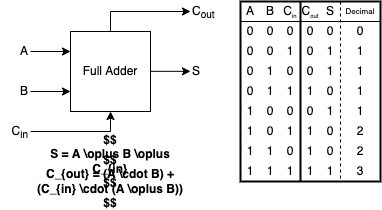
Before: assets/images/2021-12-21-verilogHDL_chapter3_combinational_logic/시스템_반도체_설계_3장-figure_16.drawio.png, a diagram exported from draw.io (ParkDongho/ParkDongho.github.io). Source tidied: cells renumbered, new cells last; positions are measured from the earlier drawing's top-left corner, leaving out a move shared by most shapes. Source of this version:
```xml
<mxGraphModel math="1">
  <root>
    <mxCell id="0" />
    <mxCell id="1" parent="0" />
    <mxCell id="2" style="edgeStyle=orthogonalEdgeStyle;rounded=0;jettySize=auto;html=1;exitX=0.5;exitY=0;exitDx=0;exitDy=0;fontSize=12;" parent="1" edge="1" source="3">
      <mxGeometry relative="1" as="geometry">
        <mxPoint x="190" y="10" as="targetPoint" />
        <Array as="points">
          <mxPoint x="110" y="10" />
        </Array>
      </mxGeometry>
    </mxCell>
    <mxCell id="3" value="Full Adder" style="rounded=0;whiteSpace=wrap;html=1;fontSize=12;fillColor=none;" parent="1" vertex="1">
      <mxGeometry x="70" y="30" width="80" height="80" as="geometry" />
    </mxCell>
    <mxCell id="4" style="endArrow=classic;html=1;rounded=0;fontSize=12;" parent="1" edge="1">
      <mxGeometry relative="1" as="geometry">
        <mxPoint x="30" y="50" as="sourcePoint" />
        <mxPoint x="70" y="50" as="targetPoint" />
      </mxGeometry>
    </mxCell>
    <mxCell id="5" style="endArrow=classic;html=1;rounded=0;fontSize=12;" parent="1" edge="1">
      <mxGeometry relative="1" as="geometry">
        <mxPoint x="30" y="90" as="sourcePoint" />
        <mxPoint x="70" y="90" as="targetPoint" />
      </mxGeometry>
    </mxCell>
    <mxCell id="6" style="endArrow=classic;html=1;rounded=0;fontSize=12;entryX=0.5;entryY=1;entryDx=0;entryDy=0;" parent="1" edge="1" target="3">
      <mxGeometry relative="1" as="geometry">
        <mxPoint x="30" y="130" as="sourcePoint" />
        <Array as="points">
          <mxPoint x="110" y="130" />
        </Array>
      </mxGeometry>
    </mxCell>
    <mxCell id="7" style="endArrow=classic;html=1;rounded=0;fontSize=12;" parent="1" edge="1">
      <mxGeometry relative="1" as="geometry">
        <mxPoint x="150" y="69.8" as="sourcePoint" />
        <mxPoint x="190" y="69.8" as="targetPoint" />
      </mxGeometry>
    </mxCell>
    <mxCell id="8" value="A" style="text;html=1;strokeColor=none;fillColor=none;align=right;verticalAlign=middle;whiteSpace=wrap;rounded=0;fontSize=12;" parent="1" vertex="1">
      <mxGeometry y="40" width="30" height="20" as="geometry" />
    </mxCell>
    <mxCell id="9" value="B" style="text;html=1;strokeColor=none;fillColor=none;align=right;verticalAlign=middle;whiteSpace=wrap;rounded=0;fontSize=12;" parent="1" vertex="1">
      <mxGeometry y="80" width="30" height="20" as="geometry" />
    </mxCell>
    <mxCell id="10" value="S" style="text;html=1;strokeColor=none;fillColor=none;align=left;verticalAlign=middle;whiteSpace=wrap;rounded=0;fontSize=12;" parent="1" vertex="1">
      <mxGeometry x="190" y="60" width="40" height="20" as="geometry" />
    </mxCell>
    <mxCell id="11" value="C&lt;sub&gt;in&lt;/sub&gt;" style="text;html=1;strokeColor=none;fillColor=none;align=right;verticalAlign=middle;whiteSpace=wrap;rounded=0;fontSize=12;" parent="1" vertex="1">
      <mxGeometry y="120" width="30" height="20" as="geometry" />
    </mxCell>
    <mxCell id="12" value="C&lt;sub&gt;out&lt;/sub&gt;" style="text;html=1;strokeColor=none;fillColor=none;align=left;verticalAlign=middle;whiteSpace=wrap;rounded=0;fontSize=12;" parent="1" vertex="1">
      <mxGeometry x="190" width="40" height="20" as="geometry" />
    </mxCell>
    <mxCell id="13" value="C&lt;sub&gt;&lt;font style=&quot;font-size: 6px&quot;&gt;in&lt;/font&gt;&lt;/sub&gt;" style="text;html=1;strokeColor=none;fillColor=none;align=center;verticalAlign=middle;whiteSpace=wrap;rounded=0;fontSize=12;" parent="1" vertex="1">
      <mxGeometry x="280" width="20" height="20" as="geometry" />
    </mxCell>
    <mxCell id="14" value="A" style="text;html=1;strokeColor=none;fillColor=none;align=center;verticalAlign=middle;whiteSpace=wrap;rounded=0;fontSize=12;" parent="1" vertex="1">
      <mxGeometry x="240" width="20" height="20" as="geometry" />
    </mxCell>
    <mxCell id="15" value="B" style="text;html=1;strokeColor=none;fillColor=none;align=center;verticalAlign=middle;whiteSpace=wrap;rounded=0;fontSize=12;" parent="1" vertex="1">
      <mxGeometry x="260" width="20" height="20" as="geometry" />
    </mxCell>
    <mxCell id="16" style="endArrow=none;html=1;rounded=0;fontSize=12;exitX=0;exitY=1;exitDx=0;exitDy=0;" parent="1" edge="1" source="14">
      <mxGeometry relative="1" as="geometry">
        <mxPoint x="380" y="20" as="targetPoint" />
      </mxGeometry>
    </mxCell>
    <mxCell id="17" style="endArrow=none;html=1;rounded=0;fontSize=12;exitX=1;exitY=0;exitDx=0;exitDy=0;entryX=1;entryY=1;entryDx=0;entryDy=0;strokeWidth=2;" parent="1" edge="1" source="13" target="41">
      <mxGeometry relative="1" as="geometry" />
    </mxCell>
    <mxCell id="18" value="0" style="text;html=1;strokeColor=none;fillColor=none;align=center;verticalAlign=middle;whiteSpace=wrap;rounded=0;fontSize=12;" parent="1" vertex="1">
      <mxGeometry x="240" y="20" width="20" height="20" as="geometry" />
    </mxCell>
    <mxCell id="19" value="0" style="text;html=1;strokeColor=none;fillColor=none;align=center;verticalAlign=middle;whiteSpace=wrap;rounded=0;fontSize=12;" parent="1" vertex="1">
      <mxGeometry x="260" y="20" width="20" height="20" as="geometry" />
    </mxCell>
    <mxCell id="20" value="0" style="text;html=1;strokeColor=none;fillColor=none;align=center;verticalAlign=middle;whiteSpace=wrap;rounded=0;fontSize=12;" parent="1" vertex="1">
      <mxGeometry x="280" y="20" width="20" height="20" as="geometry" />
    </mxCell>
    <mxCell id="21" value="0" style="text;html=1;strokeColor=none;fillColor=none;align=center;verticalAlign=middle;whiteSpace=wrap;rounded=0;fontSize=12;" parent="1" vertex="1">
      <mxGeometry x="240" y="40" width="20" height="20" as="geometry" />
    </mxCell>
    <mxCell id="22" value="0" style="text;html=1;strokeColor=none;fillColor=none;align=center;verticalAlign=middle;whiteSpace=wrap;rounded=0;fontSize=12;" parent="1" vertex="1">
      <mxGeometry x="260" y="40" width="20" height="20" as="geometry" />
    </mxCell>
    <mxCell id="23" value="1" style="text;html=1;strokeColor=none;fillColor=none;align=center;verticalAlign=middle;whiteSpace=wrap;rounded=0;fontSize=12;" parent="1" vertex="1">
      <mxGeometry x="280" y="40" width="20" height="20" as="geometry" />
    </mxCell>
    <mxCell id="24" value="0" style="text;html=1;strokeColor=none;fillColor=none;align=center;verticalAlign=middle;whiteSpace=wrap;rounded=0;fontSize=12;" parent="1" vertex="1">
      <mxGeometry x="240" y="60" width="20" height="20" as="geometry" />
    </mxCell>
    <mxCell id="25" value="1" style="text;html=1;strokeColor=none;fillColor=none;align=center;verticalAlign=middle;whiteSpace=wrap;rounded=0;fontSize=12;" parent="1" vertex="1">
      <mxGeometry x="260" y="60" width="20" height="20" as="geometry" />
    </mxCell>
    <mxCell id="26" value="0" style="text;html=1;strokeColor=none;fillColor=none;align=center;verticalAlign=middle;whiteSpace=wrap;rounded=0;fontSize=12;" parent="1" vertex="1">
      <mxGeometry x="280" y="60" width="20" height="20" as="geometry" />
    </mxCell>
    <mxCell id="27" value="0" style="text;html=1;strokeColor=none;fillColor=none;align=center;verticalAlign=middle;whiteSpace=wrap;rounded=0;fontSize=12;" parent="1" vertex="1">
      <mxGeometry x="240" y="80" width="20" height="20" as="geometry" />
    </mxCell>
    <mxCell id="28" value="1" style="text;html=1;strokeColor=none;fillColor=none;align=center;verticalAlign=middle;whiteSpace=wrap;rounded=0;fontSize=12;" parent="1" vertex="1">
      <mxGeometry x="260" y="80" width="20" height="20" as="geometry" />
    </mxCell>
    <mxCell id="29" value="1" style="text;html=1;strokeColor=none;fillColor=none;align=center;verticalAlign=middle;whiteSpace=wrap;rounded=0;fontSize=12;" parent="1" vertex="1">
      <mxGeometry x="280" y="80" width="20" height="20" as="geometry" />
    </mxCell>
    <mxCell id="30" value="1" style="text;html=1;strokeColor=none;fillColor=none;align=center;verticalAlign=middle;whiteSpace=wrap;rounded=0;fontSize=12;" parent="1" vertex="1">
      <mxGeometry x="240" y="100" width="20" height="20" as="geometry" />
    </mxCell>
    <mxCell id="31" value="0" style="text;html=1;strokeColor=none;fillColor=none;align=center;verticalAlign=middle;whiteSpace=wrap;rounded=0;fontSize=12;" parent="1" vertex="1">
      <mxGeometry x="260" y="100" width="20" height="20" as="geometry" />
    </mxCell>
    <mxCell id="32" value="0" style="text;html=1;strokeColor=none;fillColor=none;align=center;verticalAlign=middle;whiteSpace=wrap;rounded=0;fontSize=12;" parent="1" vertex="1">
      <mxGeometry x="280" y="100" width="20" height="20" as="geometry" />
    </mxCell>
    <mxCell id="33" value="1" style="text;html=1;strokeColor=none;fillColor=none;align=center;verticalAlign=middle;whiteSpace=wrap;rounded=0;fontSize=12;" parent="1" vertex="1">
      <mxGeometry x="240" y="120" width="20" height="20" as="geometry" />
    </mxCell>
    <mxCell id="34" value="0" style="text;html=1;strokeColor=none;fillColor=none;align=center;verticalAlign=middle;whiteSpace=wrap;rounded=0;fontSize=12;" parent="1" vertex="1">
      <mxGeometry x="260" y="120" width="20" height="20" as="geometry" />
    </mxCell>
    <mxCell id="35" value="1" style="text;html=1;strokeColor=none;fillColor=none;align=center;verticalAlign=middle;whiteSpace=wrap;rounded=0;fontSize=12;" parent="1" vertex="1">
      <mxGeometry x="280" y="120" width="20" height="20" as="geometry" />
    </mxCell>
    <mxCell id="36" value="1" style="text;html=1;strokeColor=none;fillColor=none;align=center;verticalAlign=middle;whiteSpace=wrap;rounded=0;fontSize=12;" parent="1" vertex="1">
      <mxGeometry x="240" y="140" width="20" height="20" as="geometry" />
    </mxCell>
    <mxCell id="37" value="1" style="text;html=1;strokeColor=none;fillColor=none;align=center;verticalAlign=middle;whiteSpace=wrap;rounded=0;fontSize=12;" parent="1" vertex="1">
      <mxGeometry x="260" y="140" width="20" height="20" as="geometry" />
    </mxCell>
    <mxCell id="38" value="0" style="text;html=1;strokeColor=none;fillColor=none;align=center;verticalAlign=middle;whiteSpace=wrap;rounded=0;fontSize=12;" parent="1" vertex="1">
      <mxGeometry x="280" y="140" width="20" height="20" as="geometry" />
    </mxCell>
    <mxCell id="39" value="1" style="text;html=1;strokeColor=none;fillColor=none;align=center;verticalAlign=middle;whiteSpace=wrap;rounded=0;fontSize=12;" parent="1" vertex="1">
      <mxGeometry x="240" y="160" width="20" height="20" as="geometry" />
    </mxCell>
    <mxCell id="40" value="1" style="text;html=1;strokeColor=none;fillColor=none;align=center;verticalAlign=middle;whiteSpace=wrap;rounded=0;fontSize=12;" parent="1" vertex="1">
      <mxGeometry x="260" y="160" width="20" height="20" as="geometry" />
    </mxCell>
    <mxCell id="41" value="1" style="text;html=1;strokeColor=none;fillColor=none;align=center;verticalAlign=middle;whiteSpace=wrap;rounded=0;fontSize=12;" parent="1" vertex="1">
      <mxGeometry x="280" y="160" width="20" height="20" as="geometry" />
    </mxCell>
    <mxCell id="42" value="S" style="text;html=1;strokeColor=none;fillColor=none;align=center;verticalAlign=middle;whiteSpace=wrap;rounded=0;fontSize=12;" parent="1" vertex="1">
      <mxGeometry x="320" width="20" height="20" as="geometry" />
    </mxCell>
    <mxCell id="43" value="C&lt;sub&gt;&lt;font style=&quot;font-size: 6px&quot;&gt;out&lt;/font&gt;&lt;/sub&gt;" style="text;html=1;strokeColor=none;fillColor=none;align=center;verticalAlign=middle;whiteSpace=wrap;rounded=0;fontSize=12;" parent="1" vertex="1">
      <mxGeometry x="300" width="20" height="20" as="geometry" />
    </mxCell>
    <mxCell id="44" style="endArrow=none;html=1;rounded=0;fontSize=12;exitX=1;exitY=0;exitDx=0;exitDy=0;dashed=1;" parent="1" edge="1" source="42">
      <mxGeometry relative="1" as="geometry">
        <mxPoint x="340" y="180" as="targetPoint" />
      </mxGeometry>
    </mxCell>
    <mxCell id="45" value="0" style="text;html=1;strokeColor=none;fillColor=none;align=center;verticalAlign=middle;whiteSpace=wrap;rounded=0;fontSize=12;" parent="1" vertex="1">
      <mxGeometry x="300" y="20" width="20" height="20" as="geometry" />
    </mxCell>
    <mxCell id="46" value="1" style="text;html=1;strokeColor=none;fillColor=none;align=center;verticalAlign=middle;whiteSpace=wrap;rounded=0;fontSize=12;" parent="1" vertex="1">
      <mxGeometry x="320" y="40" width="20" height="20" as="geometry" />
    </mxCell>
    <mxCell id="47" value="0" style="text;html=1;strokeColor=none;fillColor=none;align=center;verticalAlign=middle;whiteSpace=wrap;rounded=0;fontSize=12;" parent="1" vertex="1">
      <mxGeometry x="320" y="20" width="20" height="20" as="geometry" />
    </mxCell>
    <mxCell id="48" value="0" style="text;html=1;strokeColor=none;fillColor=none;align=center;verticalAlign=middle;whiteSpace=wrap;rounded=0;fontSize=12;" parent="1" vertex="1">
      <mxGeometry x="300" y="40" width="20" height="20" as="geometry" />
    </mxCell>
    <mxCell id="49" value="0" style="text;html=1;strokeColor=none;fillColor=none;align=center;verticalAlign=middle;whiteSpace=wrap;rounded=0;fontSize=12;" parent="1" vertex="1">
      <mxGeometry x="300" y="60" width="20" height="20" as="geometry" />
    </mxCell>
    <mxCell id="50" value="1" style="text;html=1;strokeColor=none;fillColor=none;align=center;verticalAlign=middle;whiteSpace=wrap;rounded=0;fontSize=12;" parent="1" vertex="1">
      <mxGeometry x="320" y="60" width="20" height="20" as="geometry" />
    </mxCell>
    <mxCell id="51" value="1" style="text;html=1;strokeColor=none;fillColor=none;align=center;verticalAlign=middle;whiteSpace=wrap;rounded=0;fontSize=12;" parent="1" vertex="1">
      <mxGeometry x="300" y="80" width="20" height="20" as="geometry" />
    </mxCell>
    <mxCell id="52" value="0" style="text;html=1;strokeColor=none;fillColor=none;align=center;verticalAlign=middle;whiteSpace=wrap;rounded=0;fontSize=12;" parent="1" vertex="1">
      <mxGeometry x="320" y="80" width="20" height="20" as="geometry" />
    </mxCell>
    <mxCell id="53" value="1" style="text;html=1;strokeColor=none;fillColor=none;align=center;verticalAlign=middle;whiteSpace=wrap;rounded=0;fontSize=12;" parent="1" vertex="1">
      <mxGeometry x="320" y="100" width="20" height="20" as="geometry" />
    </mxCell>
    <mxCell id="54" value="0" style="text;html=1;strokeColor=none;fillColor=none;align=center;verticalAlign=middle;whiteSpace=wrap;rounded=0;fontSize=12;" parent="1" vertex="1">
      <mxGeometry x="300" y="100" width="20" height="20" as="geometry" />
    </mxCell>
    <mxCell id="55" value="1" style="text;html=1;strokeColor=none;fillColor=none;align=center;verticalAlign=middle;whiteSpace=wrap;rounded=0;fontSize=12;" parent="1" vertex="1">
      <mxGeometry x="300" y="120" width="20" height="20" as="geometry" />
    </mxCell>
    <mxCell id="56" value="0" style="text;html=1;strokeColor=none;fillColor=none;align=center;verticalAlign=middle;whiteSpace=wrap;rounded=0;fontSize=12;" parent="1" vertex="1">
      <mxGeometry x="320" y="120" width="20" height="20" as="geometry" />
    </mxCell>
    <mxCell id="57" value="1" style="text;html=1;strokeColor=none;fillColor=none;align=center;verticalAlign=middle;whiteSpace=wrap;rounded=0;fontSize=12;" parent="1" vertex="1">
      <mxGeometry x="300" y="140" width="20" height="20" as="geometry" />
    </mxCell>
    <mxCell id="58" value="0" style="text;html=1;strokeColor=none;fillColor=none;align=center;verticalAlign=middle;whiteSpace=wrap;rounded=0;fontSize=12;" parent="1" vertex="1">
      <mxGeometry x="320" y="140" width="20" height="20" as="geometry" />
    </mxCell>
    <mxCell id="59" value="1" style="text;html=1;strokeColor=none;fillColor=none;align=center;verticalAlign=middle;whiteSpace=wrap;rounded=0;fontSize=12;" parent="1" vertex="1">
      <mxGeometry x="300" y="160" width="20" height="20" as="geometry" />
    </mxCell>
    <mxCell id="60" value="1" style="text;html=1;strokeColor=none;fillColor=none;align=center;verticalAlign=middle;whiteSpace=wrap;rounded=0;fontSize=12;" parent="1" vertex="1">
      <mxGeometry x="320" y="160" width="20" height="20" as="geometry" />
    </mxCell>
    <mxCell id="61" value="Decimal" style="text;html=1;strokeColor=none;fillColor=none;align=center;verticalAlign=middle;whiteSpace=wrap;rounded=0;fontSize=8;" parent="1" vertex="1">
      <mxGeometry x="340" width="40" height="20" as="geometry" />
    </mxCell>
    <mxCell id="62" value="0" style="text;html=1;strokeColor=none;fillColor=none;align=center;verticalAlign=middle;whiteSpace=wrap;rounded=0;fontSize=12;" parent="1" vertex="1">
      <mxGeometry x="340" y="20" width="40" height="20" as="geometry" />
    </mxCell>
    <mxCell id="63" value="1" style="text;html=1;strokeColor=none;fillColor=none;align=center;verticalAlign=middle;whiteSpace=wrap;rounded=0;fontSize=12;" parent="1" vertex="1">
      <mxGeometry x="340" y="40" width="40" height="20" as="geometry" />
    </mxCell>
    <mxCell id="64" value="1" style="text;html=1;strokeColor=none;fillColor=none;align=center;verticalAlign=middle;whiteSpace=wrap;rounded=0;fontSize=12;" parent="1" vertex="1">
      <mxGeometry x="340" y="60" width="40" height="20" as="geometry" />
    </mxCell>
    <mxCell id="65" value="1" style="text;html=1;strokeColor=none;fillColor=none;align=center;verticalAlign=middle;whiteSpace=wrap;rounded=0;fontSize=12;" parent="1" vertex="1">
      <mxGeometry x="340" y="80" width="40" height="20" as="geometry" />
    </mxCell>
    <mxCell id="66" value="1" style="text;html=1;strokeColor=none;fillColor=none;align=center;verticalAlign=middle;whiteSpace=wrap;rounded=0;fontSize=12;" parent="1" vertex="1">
      <mxGeometry x="340" y="100" width="40" height="20" as="geometry" />
    </mxCell>
    <mxCell id="67" value="2&lt;span style=&quot;color: rgba(0 , 0 , 0 , 0) ; font-family: monospace ; font-size: 0px&quot;&gt;%3CmxGraphModel%3E%3Croot%3E%3CmxCell%20id%3D%220%22%2F%3E%3CmxCell%20id%3D%221%22%20parent%3D%220%22%2F%3E%3CmxCell%20id%3D%222%22%20value%3D%221%22%20style%3D%22text%3Bhtml%3D1%3BstrokeColor%3Dnone%3BfillColor%3Dnone%3Balign%3Dcenter%3BverticalAlign%3Dmiddle%3BwhiteSpace%3Dwrap%3Brounded%3D0%3BfontSize%3D12%3B%22%20vertex%3D%221%22%20parent%3D%221%22%3E%3CmxGeometry%20x%3D%22500%22%20y%3D%22380%22%20width%3D%2240%22%20height%3D%2220%22%20as%3D%22geometry%22%2F%3E%3C%2FmxCell%3E%3C%2Froot%3E%3C%2FmxGraphModel%3E&lt;/span&gt;" style="text;html=1;strokeColor=none;fillColor=none;align=center;verticalAlign=middle;whiteSpace=wrap;rounded=0;fontSize=12;" parent="1" vertex="1">
      <mxGeometry x="340" y="140" width="40" height="20" as="geometry" />
    </mxCell>
    <mxCell id="68" value="2" style="text;html=1;strokeColor=none;fillColor=none;align=center;verticalAlign=middle;whiteSpace=wrap;rounded=0;fontSize=12;" parent="1" vertex="1">
      <mxGeometry x="340" y="120" width="40" height="20" as="geometry" />
    </mxCell>
    <mxCell id="69" value="3" style="text;html=1;strokeColor=none;fillColor=none;align=center;verticalAlign=middle;whiteSpace=wrap;rounded=0;fontSize=12;" parent="1" vertex="1">
      <mxGeometry x="340" y="160" width="40" height="20" as="geometry" />
    </mxCell>
    <mxCell id="70" style="rounded=0;whiteSpace=wrap;html=1;fontSize=8;fillColor=none;strokeWidth=2;" parent="1" vertex="1">
      <mxGeometry x="240" width="140" height="180" as="geometry" />
    </mxCell>
    <mxCell id="71" value="$$&lt;br style=&quot;font-size: 12px;&quot;&gt;S = A \oplus B \oplus C_{in}&lt;br style=&quot;font-size: 12px;&quot;&gt;$$" style="text;html=1;strokeColor=none;fillColor=none;align=center;verticalAlign=middle;whiteSpace=wrap;rounded=0;fontSize=12;fontStyle=1;" parent="1" vertex="1">
      <mxGeometry x="30" y="150" width="160" height="20" as="geometry" />
    </mxCell>
    <mxCell id="72" value="$$&lt;br style=&quot;font-size: 12px;&quot;&gt;C_{out} = (A \cdot B) + (C_{in} \cdot (A \oplus B))&lt;br style=&quot;font-size: 12px;&quot;&gt;$$" style="text;html=1;strokeColor=none;fillColor=none;align=center;verticalAlign=middle;whiteSpace=wrap;rounded=0;fontSize=12;fontStyle=1;" parent="1" vertex="1">
      <mxGeometry x="30" y="170" width="160" height="20" as="geometry" />
    </mxCell>
  </root>
</mxGraphModel>
```
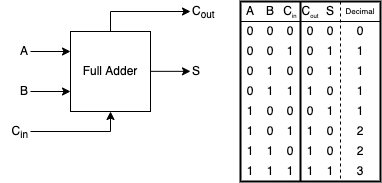
After the commit.

What changed in the source:
```diff
@@ -232,11 +232,5 @@
     <mxCell id="70" style="rounded=0;whiteSpace=wrap;html=1;fontSize=8;fillColor=none;strokeWidth=2;" parent="1" vertex="1">
       <mxGeometry x="240" width="140" height="180" as="geometry" />
     </mxCell>
-    <mxCell id="71" value="$$&lt;br style=&quot;font-size: 12px;&quot;&gt;S = A \oplus B \oplus C_{in}&lt;br style=&quot;font-size: 12px;&quot;&gt;$$" style="text;html=1;strokeColor=none;fillColor=none;align=center;verticalAlign=middle;whiteSpace=wrap;rounded=0;fontSize=12;fontStyle=1;" parent="1" vertex="1">
-      <mxGeometry x="30" y="150" width="160" height="20" as="geometry" />
-    </mxCell>
-    <mxCell id="72" value="$$&lt;br style=&quot;font-size: 12px;&quot;&gt;C_{out} = (A \cdot B) + (C_{in} \cdot (A \oplus B))&lt;br style=&quot;font-size: 12px;&quot;&gt;$$" style="text;html=1;strokeColor=none;fillColor=none;align=center;verticalAlign=middle;whiteSpace=wrap;rounded=0;fontSize=12;fontStyle=1;" parent="1" vertex="1">
-      <mxGeometry x="30" y="170" width="160" height="20" as="geometry" />
-    </mxCell>
   </root>
 </mxGraphModel>
```
